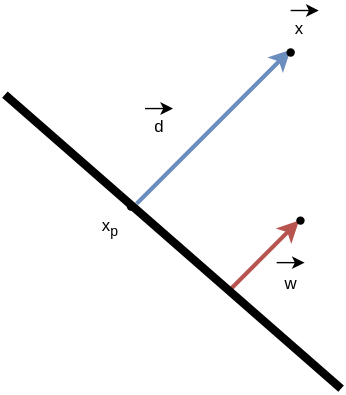
The draw.io diagram SupportVectorMachine/margin.drawio.svg in NishantBaheti/MachineLearningExploration, before a commit. Source tidied: cells renumbered, new cells last; positions are measured from the earlier drawing's top-left corner, leaving out a move shared by most shapes. The source it was exported from:
```xml
<mxGraphModel>
  <root>
    <mxCell id="0" />
    <mxCell id="1" parent="0" />
    <mxCell id="2" style="endArrow=classic;html=1;rounded=0;fillColor=#dae8fc;strokeColor=#6c8ebf;strokeWidth=3;" parent="1" edge="1">
      <mxGeometry relative="1" as="geometry">
        <mxPoint x="94" y="140" as="sourcePoint" />
        <mxPoint x="204" y="30" as="targetPoint" />
      </mxGeometry>
    </mxCell>
    <mxCell id="3" style="endArrow=classic;html=1;rounded=0;fillColor=#f8cecc;strokeColor=#b85450;strokeWidth=3;" parent="1" edge="1">
      <mxGeometry relative="1" as="geometry">
        <mxPoint x="160" y="202" as="sourcePoint" />
        <mxPoint x="210" y="152" as="targetPoint" />
      </mxGeometry>
    </mxCell>
    <mxCell id="4" style="endArrow=none;html=1;rounded=0;strokeWidth=6;" parent="1" edge="1">
      <mxGeometry relative="1" as="geometry">
        <mxPoint y="62" as="sourcePoint" />
        <mxPoint x="240" y="272" as="targetPoint" />
      </mxGeometry>
    </mxCell>
    <mxCell id="5" value="d" style="text;html=1;align=center;verticalAlign=middle;strokeColor=none;fillColor=none;" parent="1" vertex="1">
      <mxGeometry x="95" y="70" width="30" height="30" as="geometry" />
    </mxCell>
    <mxCell id="6" value="x" style="text;html=1;align=center;verticalAlign=middle;strokeColor=none;fillColor=none;" parent="1" vertex="1">
      <mxGeometry x="195" width="30" height="30" as="geometry" />
    </mxCell>
    <mxCell id="7" style="shape=waypoint;sketch=0;size=6;fillColor=none;perimeter=centerPerimeter;" parent="1" vertex="1">
      <mxGeometry x="201" y="142" width="20" height="20" as="geometry" />
    </mxCell>
    <mxCell id="8" style="shape=waypoint;sketch=0;size=6;fillColor=none;perimeter=centerPerimeter;" parent="1" vertex="1">
      <mxGeometry x="194" y="22" width="20" height="20" as="geometry" />
    </mxCell>
    <mxCell id="9" style="shape=waypoint;sketch=0;size=6;fillColor=none;perimeter=centerPerimeter;" parent="1" vertex="1">
      <mxGeometry x="80" y="132" width="20" height="20" as="geometry" />
    </mxCell>
    <mxCell id="10" value="x&lt;sub&gt;p&lt;br&gt;&lt;/sub&gt;" style="text;html=1;align=center;verticalAlign=middle;strokeColor=none;fillColor=none;" parent="1" vertex="1">
      <mxGeometry x="55" y="142" width="40" height="30" as="geometry" />
    </mxCell>
    <mxCell id="11" style="endArrow=classic;html=1;rounded=0;" parent="1" edge="1">
      <mxGeometry relative="1" as="geometry">
        <mxPoint x="194" y="182" as="sourcePoint" />
        <mxPoint x="214" y="182" as="targetPoint" />
      </mxGeometry>
    </mxCell>
    <mxCell id="12" value="w" style="text;html=1;align=center;verticalAlign=middle;strokeColor=none;fillColor=none;" parent="1" vertex="1">
      <mxGeometry x="189" y="182" width="30" height="30" as="geometry" />
    </mxCell>
    <mxCell id="13" style="endArrow=classic;html=1;rounded=0;" parent="1" edge="1">
      <mxGeometry relative="1" as="geometry">
        <mxPoint x="204" y="2" as="sourcePoint" />
        <mxPoint x="224" y="2" as="targetPoint" />
      </mxGeometry>
    </mxCell>
    <mxCell id="14" style="endArrow=classic;html=1;rounded=0;" parent="1" edge="1">
      <mxGeometry relative="1" as="geometry">
        <mxPoint x="100" y="72" as="sourcePoint" />
        <mxPoint x="120" y="72" as="targetPoint" />
      </mxGeometry>
    </mxCell>
  </root>
</mxGraphModel>
```
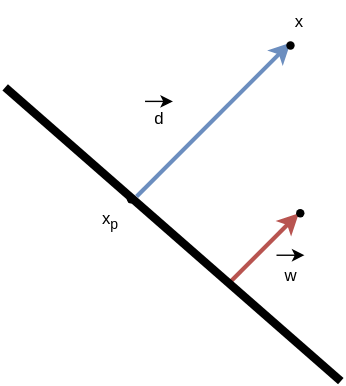
The same file after the commit.

What changed in the source:
```diff
@@ -47,12 +47,6 @@
     <mxCell id="12" value="w" style="text;html=1;align=center;verticalAlign=middle;strokeColor=none;fillColor=none;" parent="1" vertex="1">
       <mxGeometry x="189" y="182" width="30" height="30" as="geometry" />
     </mxCell>
-    <mxCell id="13" style="endArrow=classic;html=1;rounded=0;" parent="1" edge="1">
-      <mxGeometry relative="1" as="geometry">
-        <mxPoint x="204" y="2" as="sourcePoint" />
-        <mxPoint x="224" y="2" as="targetPoint" />
-      </mxGeometry>
-    </mxCell>
     <mxCell id="14" style="endArrow=classic;html=1;rounded=0;" parent="1" edge="1">
       <mxGeometry relative="1" as="geometry">
         <mxPoint x="100" y="72" as="sourcePoint" />
```
